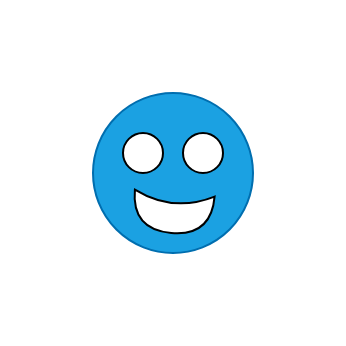
pmwcs/pmwcs keeps this draw.io diagram as page "blue" (2 of 5) of src/avatar/images/avatar.drawio. Above is the earlier version. Source tidied: cells renumbered, new cells numbered last; positions are measured from the earlier drawing's top-left corner, leaving out a move shared by most shapes. Both pictures are drawn from the tidied source at 200%, with x=0, y=0 at pixel (92, 92).
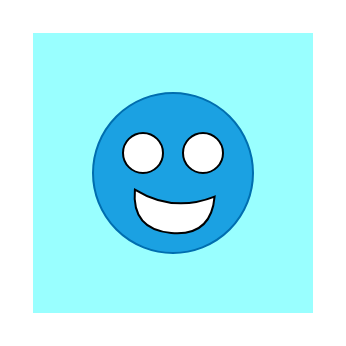
Above is the later version.

Change to the diagram source:
```diff
@@
 <mxGraphModel>
   <root>
     <mxCell id="0" />
     <mxCell id="1" parent="0" />
+    <mxCell id="6" style="whiteSpace=wrap;html=1;strokeColor=none;fillColor=#99FFFF;" parent="1" vertex="1">
+      <mxGeometry x="-30" y="-30" width="140" height="140" as="geometry" />
+    </mxCell>
     <mxCell id="2" style="ellipse;whiteSpace=wrap;html=1;fillColor=#1ba1e2;strokeColor=#006EAF;fontColor=#ffffff;" parent="1" vertex="1">
       <mxGeometry width="80" height="80" as="geometry" />
     </mxCell>
     <mxCell id="3" style="ellipse;whiteSpace=wrap;html=1;" parent="1" vertex="1">
       <mxGeometry x="15" y="20" width="20" height="20" as="geometry" />
     </mxCell>
     <mxCell id="4" style="ellipse;whiteSpace=wrap;html=1;" parent="1" vertex="1">
       <mxGeometry x="45" y="20" width="20" height="20" as="geometry" />
     </mxCell>
     <mxCell id="5" style="shape=xor;whiteSpace=wrap;html=1;rotation=95;" parent="1" vertex="1">
       <mxGeometry x="30" y="40" width="20" height="40" as="geometry" />
     </mxCell>
   </root>
 </mxGraphModel>
```
